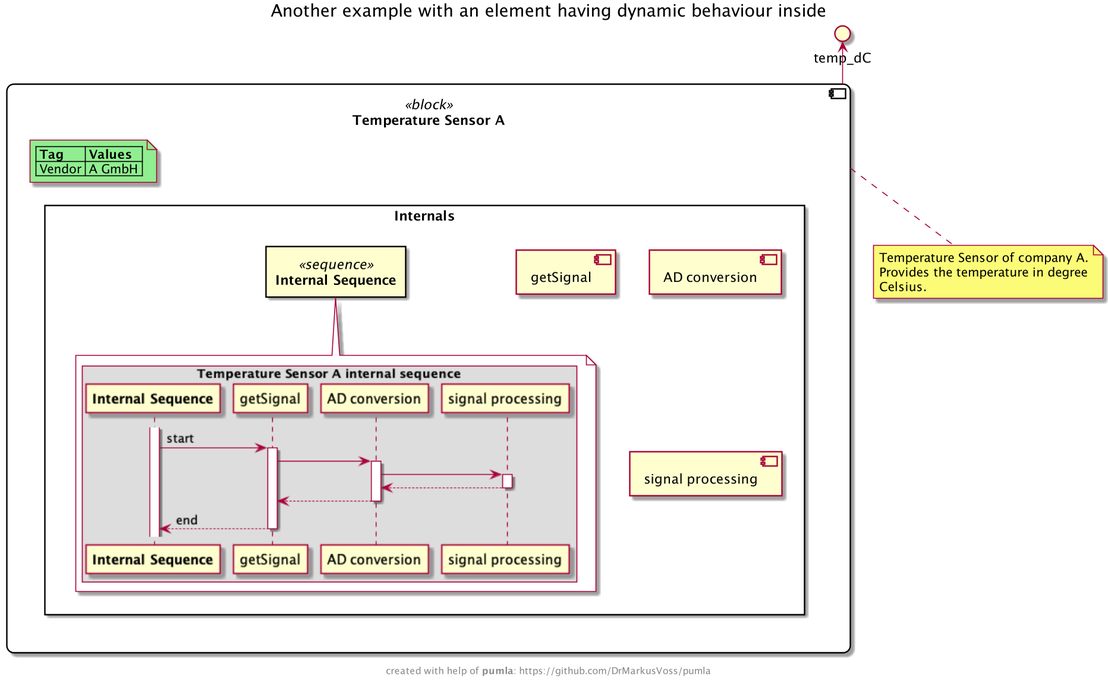
The PlantUML diagram test/examples/pics/exampleDynBehSequence.png in DrMarkusVoss/pumla, before a commit.
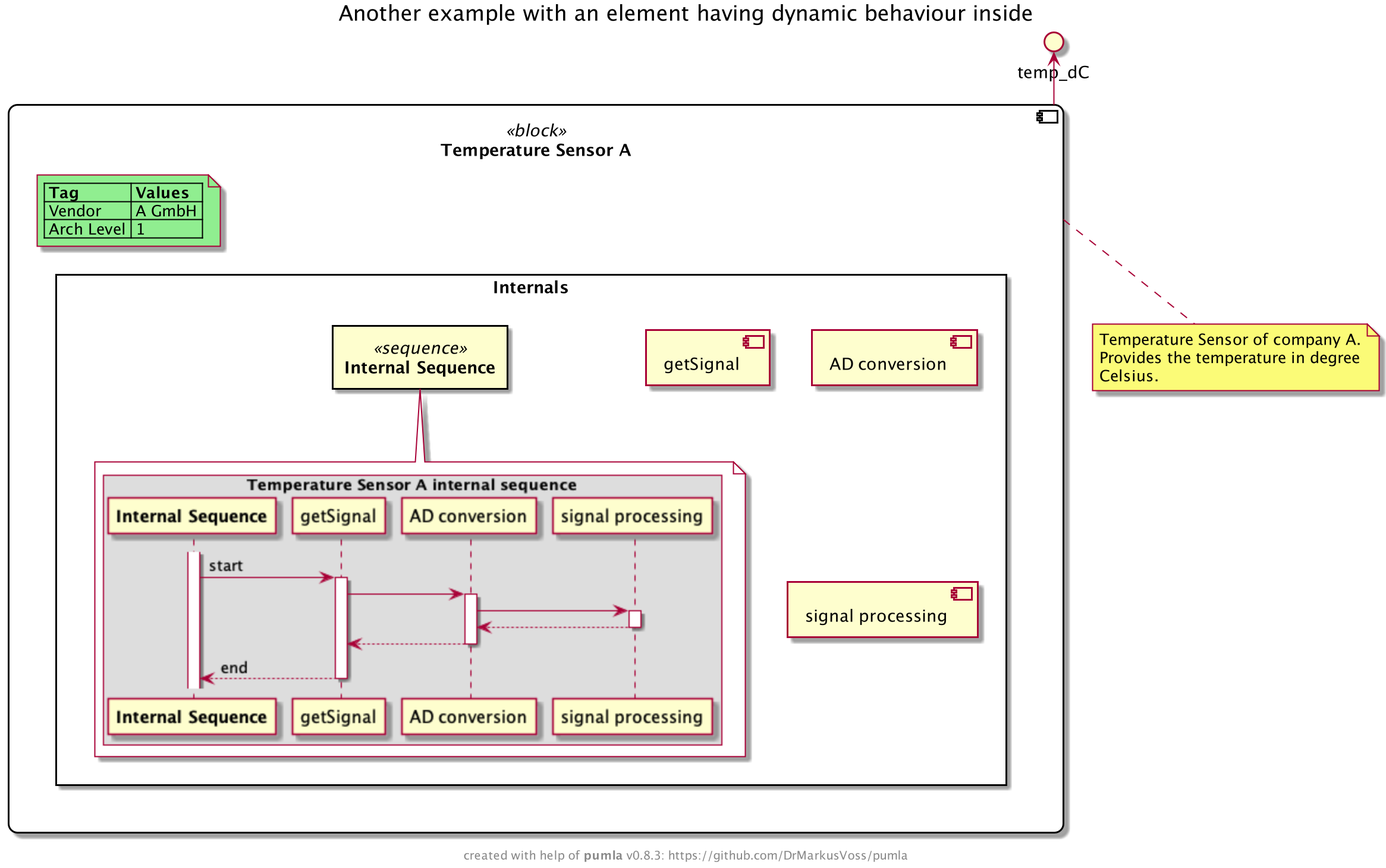
Above is the later version.

Diff of the diagram source:
```diff
@@ -1,6 +1,6 @@
 @startuml
 !include modelrepo_json.puml
-!include ./../../pumla_macros.puml
+!include pumla_macros.puml
 !include ./../../templates/sysml/skin.puml
 
 !$PUMVarShowBodyInternals = %true()
```
